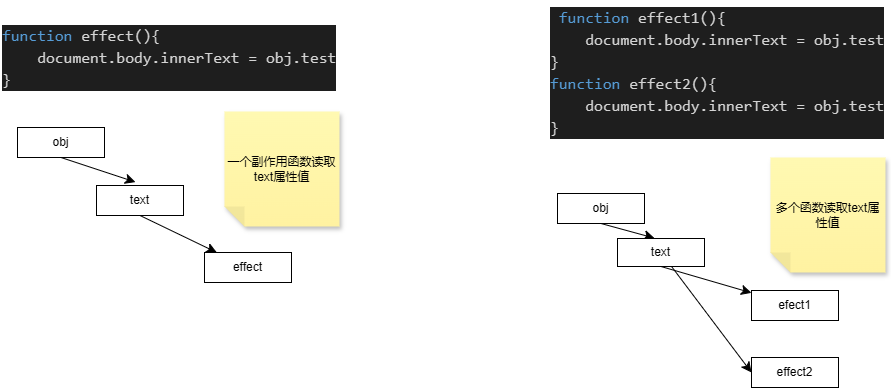
Above: 响应式系统.drawio.png in calmthinke/notePic (draw.io), before the change. Source tidied: cells renumbered, new cells last; positions are measured from the earlier drawing's top-left corner, leaving out a move shared by most shapes.
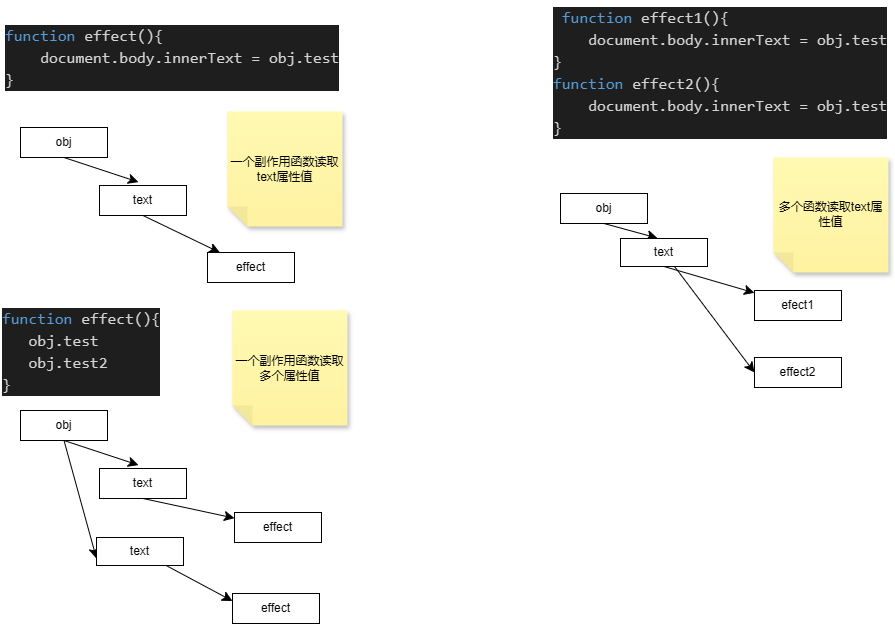
Later version of the same file.

Commit message:
更新响应式系统.drawio.png

The edit, as a diff of the source:
```diff
@@ -54,5 +54,40 @@
     <mxCell id="17" value="多个函数读取text属性值" style="shape=note;whiteSpace=wrap;html=1;backgroundOutline=1;fontColor=#000000;darkOpacity=0.05;fillColor=#FFF9B2;strokeColor=none;fillStyle=solid;direction=west;gradientDirection=north;gradientColor=#FFF2A1;shadow=1;size=20;" parent="1" vertex="1">
       <mxGeometry x="770" y="157" width="115" height="115" as="geometry" />
     </mxCell>
+    <mxCell id="18" value="&lt;div style=&quot;color: #d4d4d4;background-color: #1e1e1e;font-family: Consolas, 'Courier New', monospace;font-weight: normal;font-size: 16px;line-height: 22px;white-space: pre;&quot;&gt;&lt;div&gt;&lt;span style=&quot;color: #569cd6;&quot;&gt;function&lt;/span&gt;&lt;span style=&quot;color: #d4d4d4;&quot;&gt; effect(){&lt;/span&gt;&lt;/div&gt;&lt;div&gt;&lt;span style=&quot;color: #d4d4d4;&quot;&gt;&amp;nbsp; &amp;nbsp;obj.test&lt;/span&gt;&lt;/div&gt;&lt;div&gt;   obj.test2&lt;/div&gt;&lt;div&gt;&lt;span style=&quot;color: #d4d4d4;&quot;&gt;}&lt;/span&gt;&lt;/div&gt;&lt;/div&gt;" style="text;whiteSpace=wrap;html=1;" parent="1" vertex="1">
+      <mxGeometry x="-3" y="301" width="163" height="97" as="geometry" />
+    </mxCell>
+    <mxCell id="19" style="edgeStyle=none;curved=1;rounded=0;jettySize=auto;html=1;exitX=0.5;exitY=1;exitDx=0;exitDy=0;fontSize=12;startSize=8;endSize=8;" parent="1" edge="1" source="21">
+      <mxGeometry relative="1" as="geometry">
+        <mxPoint x="135" y="464.6" as="targetPoint" />
+      </mxGeometry>
+    </mxCell>
+    <mxCell id="20" style="edgeStyle=none;curved=1;rounded=0;jettySize=auto;html=1;exitX=0.5;exitY=1;exitDx=0;exitDy=0;entryX=0;entryY=0.75;entryDx=0;entryDy=0;fontSize=12;startSize=8;endSize=8;" parent="1" edge="1" source="21" target="26">
+      <mxGeometry relative="1" as="geometry" />
+    </mxCell>
+    <mxCell id="21" value="obj" style="rounded=0;whiteSpace=wrap;html=1;" parent="1" vertex="1">
+      <mxGeometry x="17" y="410" width="87" height="30" as="geometry" />
+    </mxCell>
+    <mxCell id="22" style="edgeStyle=none;curved=1;rounded=0;jettySize=auto;html=1;exitX=0.5;exitY=1;exitDx=0;exitDy=0;fontSize=12;startSize=8;endSize=8;" parent="1" edge="1" source="23" target="24">
+      <mxGeometry relative="1" as="geometry" />
+    </mxCell>
+    <mxCell id="23" value="text" style="rounded=0;whiteSpace=wrap;html=1;" parent="1" vertex="1">
+      <mxGeometry x="96" y="468" width="87" height="30" as="geometry" />
+    </mxCell>
+    <mxCell id="24" value="effect" style="rounded=0;whiteSpace=wrap;html=1;" parent="1" vertex="1">
+      <mxGeometry x="231" y="512" width="87" height="30" as="geometry" />
+    </mxCell>
+    <mxCell id="25" style="edgeStyle=none;curved=1;rounded=0;jettySize=auto;html=1;entryX=0;entryY=0.25;entryDx=0;entryDy=0;fontSize=12;startSize=8;endSize=8;" parent="1" edge="1" source="26" target="27">
+      <mxGeometry relative="1" as="geometry" />
+    </mxCell>
+    <mxCell id="26" value="text" style="rounded=0;whiteSpace=wrap;html=1;" parent="1" vertex="1">
+      <mxGeometry x="93" y="537" width="87" height="28" as="geometry" />
+    </mxCell>
+    <mxCell id="27" value="effect" style="rounded=0;whiteSpace=wrap;html=1;" parent="1" vertex="1">
+      <mxGeometry x="229" y="593" width="87" height="30" as="geometry" />
+    </mxCell>
+    <mxCell id="28" value="一个副作用函数读取多个属性值" style="shape=note;whiteSpace=wrap;html=1;backgroundOutline=1;fontColor=#000000;darkOpacity=0.05;fillColor=#FFF9B2;strokeColor=none;fillStyle=solid;direction=west;gradientDirection=north;gradientColor=#FFF2A1;shadow=1;size=20;" parent="1" vertex="1">
+      <mxGeometry x="229" y="310" width="115" height="115" as="geometry" />
+    </mxCell>
   </root>
 </mxGraphModel>
```
